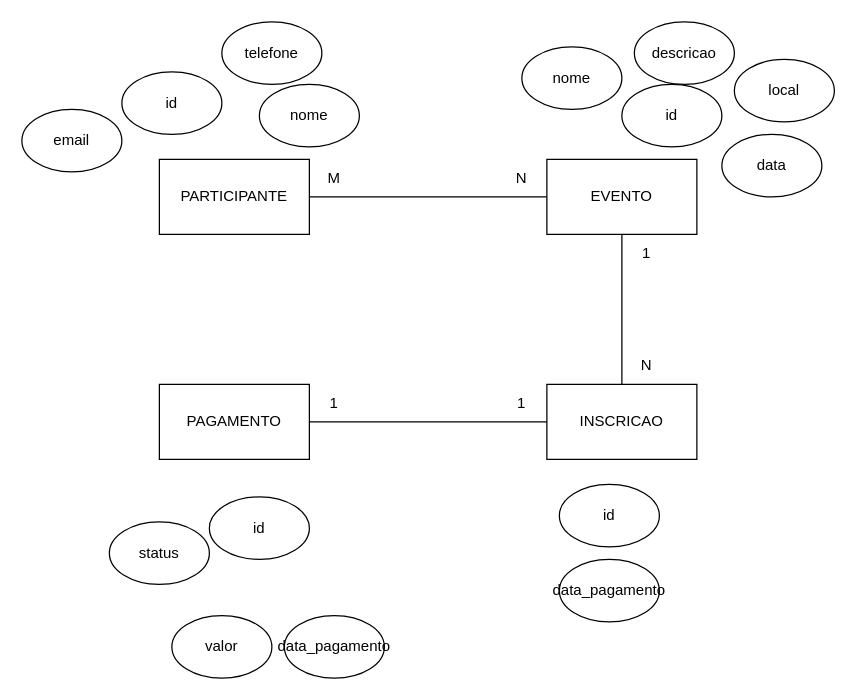
Earlier version of the draw.io diagram aps01/schema.drawio (Murilo-IsDev2/Banco-de-Dados). Source tidied: cells renumbered, new cells numbered last; positions are measured from the earlier drawing's top-left corner, leaving out a move shared by most shapes. Both pictures are drawn from the tidied source at 125%, with x=0, y=0 at pixel (21, 21).
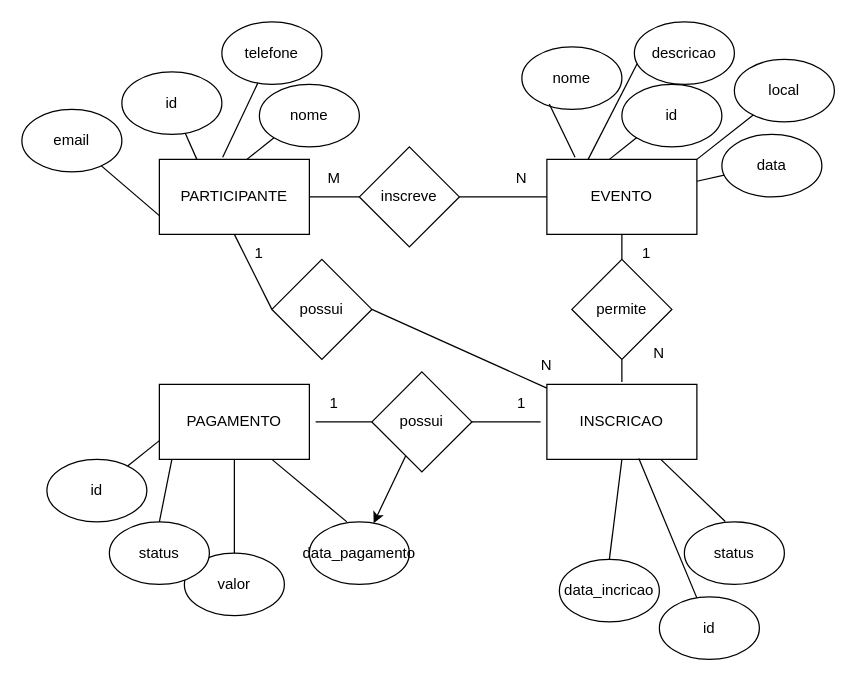
Above is the later version.

Unchanged cells that the change refers to:
```xml
<mxCell id="2" value="PARTICIPANTE" style="rounded=0;whiteSpace=wrap;html=1;" parent="1" vertex="1">
  <mxGeometry x="110" y="110" width="120" height="60" as="geometry" />
</mxCell>
<mxCell id="3" value="EVENTO" style="rounded=0;whiteSpace=wrap;html=1;" parent="1" vertex="1">
  <mxGeometry x="420" y="110" width="120" height="60" as="geometry" />
</mxCell>
<mxCell id="4" value="PAGAMENTO" style="rounded=0;whiteSpace=wrap;html=1;" parent="1" vertex="1">
  <mxGeometry x="110" y="290" width="120" height="60" as="geometry" />
</mxCell>
<mxCell id="5" value="INSCRICAO" style="rounded=0;whiteSpace=wrap;html=1;" parent="1" vertex="1">
  <mxGeometry x="420" y="290" width="120" height="60" as="geometry" />
</mxCell>
<mxCell id="7" value="1" style="text;html=1;align=center;verticalAlign=middle;whiteSpace=wrap;rounded=0;" parent="1" vertex="1">
  <mxGeometry x="220" y="290" width="60" height="30" as="geometry" />
</mxCell>
<mxCell id="8" value="1" style="text;html=1;align=center;verticalAlign=middle;whiteSpace=wrap;rounded=0;" parent="1" vertex="1">
  <mxGeometry x="370" y="290" width="60" height="30" as="geometry" />
</mxCell>
<mxCell id="15" value="id" style="ellipse;whiteSpace=wrap;html=1;" parent="1" vertex="1">
  <mxGeometry x="80" y="40" width="80" height="50" as="geometry" />
</mxCell>
<mxCell id="16" value="email" style="ellipse;whiteSpace=wrap;html=1;" parent="1" vertex="1">
  <mxGeometry y="70" width="80" height="50" as="geometry" />
</mxCell>
<mxCell id="17" value="nome" style="ellipse;whiteSpace=wrap;html=1;" parent="1" vertex="1">
  <mxGeometry x="190" y="50" width="80" height="50" as="geometry" />
</mxCell>
<mxCell id="18" value="telefone" style="ellipse;whiteSpace=wrap;html=1;" parent="1" vertex="1">
  <mxGeometry x="160" width="80" height="50" as="geometry" />
</mxCell>
<mxCell id="19" value="id" style="ellipse;whiteSpace=wrap;html=1;" parent="1" vertex="1">
  <mxGeometry x="480" y="50" width="80" height="50" as="geometry" />
</mxCell>
<mxCell id="20" value="nome" style="ellipse;whiteSpace=wrap;html=1;" parent="1" vertex="1">
  <mxGeometry x="400" y="20" width="80" height="50" as="geometry" />
</mxCell>
<mxCell id="21" value="descricao" style="ellipse;whiteSpace=wrap;html=1;" parent="1" vertex="1">
  <mxGeometry x="490" width="80" height="50" as="geometry" />
</mxCell>
<mxCell id="22" value="local" style="ellipse;whiteSpace=wrap;html=1;" parent="1" vertex="1">
  <mxGeometry x="570" y="30" width="80" height="50" as="geometry" />
</mxCell>
<mxCell id="23" value="data" style="ellipse;whiteSpace=wrap;html=1;" parent="1" vertex="1">
  <mxGeometry x="560" y="90" width="80" height="50" as="geometry" />
</mxCell>
<mxCell id="27" value="status" style="ellipse;whiteSpace=wrap;html=1;" parent="1" vertex="1">
  <mxGeometry x="70" y="400" width="80" height="50" as="geometry" />
</mxCell>
```

The edit, as a diff of the source:
```diff
@@
-    <mxCell id="6" style="endArrow=none;html=1;exitX=1;exitY=0.5;exitDx=0;exitDy=0;" parent="1" edge="1" source="4" target="5">
-      <mxGeometry relative="1" as="geometry" />
-    </mxCell>
@@
-    <mxCell id="9" style="endArrow=none;html=1;exitX=0.5;exitY=0;exitDx=0;exitDy=0;entryX=0.5;entryY=1;entryDx=0;entryDy=0;" parent="1" edge="1" source="5" target="3">
-      <mxGeometry relative="1" as="geometry" />
-    </mxCell>
     <mxCell id="10" value="N" style="text;html=1;align=center;verticalAlign=middle;whiteSpace=wrap;rounded=0;" parent="1" vertex="1">
-      <mxGeometry x="470" y="260" width="60" height="30" as="geometry" />
+      <mxGeometry x="480" y="250" width="60" height="30" as="geometry" />
     </mxCell>
@@
-    <mxCell id="13" style="endArrow=none;html=1;exitX=1;exitY=0.5;exitDx=0;exitDy=0;entryX=0;entryY=0.5;entryDx=0;entryDy=0;" parent="1" edge="1" source="2" target="3">
+    <mxCell id="13" style="endArrow=none;html=1;exitX=1;exitY=0.5;exitDx=0;exitDy=0;entryX=0;entryY=0.5;entryDx=0;entryDy=0;" parent="1" edge="1" source="38" target="3">
       <mxGeometry relative="1" as="geometry" />
     </mxCell>
@@
     <mxCell id="24" value="id" style="ellipse;whiteSpace=wrap;html=1;" parent="1" vertex="1">
-      <mxGeometry x="150" y="380" width="80" height="50" as="geometry" />
+      <mxGeometry x="20" y="350" width="80" height="50" as="geometry" />
     </mxCell>
     <mxCell id="25" value="valor" style="ellipse;whiteSpace=wrap;html=1;" parent="1" vertex="1">
-      <mxGeometry x="120" y="475" width="80" height="50" as="geometry" />
+      <mxGeometry x="130" y="425" width="80" height="50" as="geometry" />
     </mxCell>
     <mxCell id="26" value="data_pagamento" style="ellipse;whiteSpace=wrap;html=1;" parent="1" vertex="1">
-      <mxGeometry x="210" y="475" width="80" height="50" as="geometry" />
+      <mxGeometry x="230" y="400" width="80" height="50" as="geometry" />
     </mxCell>
@@
     <mxCell id="28" value="id" style="ellipse;whiteSpace=wrap;html=1;" parent="1" vertex="1">
-      <mxGeometry x="430" y="370" width="80" height="50" as="geometry" />
+      <mxGeometry x="510" y="460" width="80" height="50" as="geometry" />
     </mxCell>
-    <mxCell id="29" value="data_pagamento" style="ellipse;whiteSpace=wrap;html=1;" parent="1" vertex="1">
+    <mxCell id="29" value="data_incricao" style="ellipse;whiteSpace=wrap;html=1;" parent="1" vertex="1">
       <mxGeometry x="430" y="430" width="80" height="50" as="geometry" />
     </mxCell>
+    <mxCell id="30" value="status" style="ellipse;whiteSpace=wrap;html=1;" parent="1" vertex="1">
+      <mxGeometry x="530" y="400" width="80" height="50" as="geometry" />
+    </mxCell>
+    <mxCell id="31" style="edgeStyle=none;html=1;" parent="1" edge="1" source="32" target="26">
+      <mxGeometry relative="1" as="geometry" />
+    </mxCell>
+    <mxCell id="32" value="possui" style="rhombus;whiteSpace=wrap;html=1;" parent="1" vertex="1">
+      <mxGeometry x="280" y="280" width="80" height="80" as="geometry" />
+    </mxCell>
+    <mxCell id="33" style="endArrow=none;html=1;exitX=0.25;exitY=1;exitDx=0;exitDy=0;entryX=0;entryY=0.5;entryDx=0;entryDy=0;" parent="1" edge="1" source="7" target="32">
+      <mxGeometry relative="1" as="geometry" />
+    </mxCell>
+    <mxCell id="34" style="endArrow=none;html=1;exitX=1;exitY=0.5;exitDx=0;exitDy=0;entryX=0.75;entryY=1;entryDx=0;entryDy=0;" parent="1" edge="1" source="32" target="8">
+      <mxGeometry relative="1" as="geometry" />
+    </mxCell>
+    <mxCell id="35" value="permite" style="rhombus;whiteSpace=wrap;html=1;" parent="1" vertex="1">
+      <mxGeometry x="440" y="190" width="80" height="80" as="geometry" />
+    </mxCell>
+    <mxCell id="36" style="endArrow=none;html=1;exitX=0.5;exitY=1;exitDx=0;exitDy=0;" parent="1" edge="1" source="35">
+      <mxGeometry relative="1" as="geometry">
+        <mxPoint x="480" y="288" as="targetPoint" />
+      </mxGeometry>
+    </mxCell>
+    <mxCell id="37" style="endArrow=none;html=1;exitX=0.5;exitY=0;exitDx=0;exitDy=0;entryX=0.5;entryY=1;entryDx=0;entryDy=0;" parent="1" edge="1" source="35" target="3">
+      <mxGeometry relative="1" as="geometry" />
+    </mxCell>
+    <mxCell id="38" value="inscreve" style="rhombus;whiteSpace=wrap;html=1;" parent="1" vertex="1">
+      <mxGeometry x="270" y="100" width="80" height="80" as="geometry" />
+    </mxCell>
+    <mxCell id="39" style="endArrow=none;html=1;exitX=1;exitY=0.5;exitDx=0;exitDy=0;entryX=0;entryY=0.5;entryDx=0;entryDy=0;" parent="1" edge="1" source="2" target="38">
+      <mxGeometry relative="1" as="geometry" />
+    </mxCell>
+    <mxCell id="40" value="possui" style="rhombus;whiteSpace=wrap;html=1;" parent="1" vertex="1">
+      <mxGeometry x="200" y="190" width="80" height="80" as="geometry" />
+    </mxCell>
+    <mxCell id="41" style="endArrow=none;html=1;exitX=1;exitY=0.5;exitDx=0;exitDy=0;" parent="1" edge="1" source="40" target="5">
+      <mxGeometry relative="1" as="geometry" />
+    </mxCell>
+    <mxCell id="42" style="endArrow=none;html=1;exitX=0.5;exitY=1;exitDx=0;exitDy=0;entryX=0;entryY=0.5;entryDx=0;entryDy=0;" parent="1" edge="1" source="2" target="40">
+      <mxGeometry relative="1" as="geometry" />
+    </mxCell>
+    <mxCell id="43" style="endArrow=none;html=1;entryX=0;entryY=0.75;entryDx=0;entryDy=0;" parent="1" edge="1" source="16" target="2">
+      <mxGeometry relative="1" as="geometry" />
+    </mxCell>
+    <mxCell id="44" style="endArrow=none;html=1;entryX=0.25;entryY=0;entryDx=0;entryDy=0;" parent="1" edge="1" source="15" target="2">
+      <mxGeometry relative="1" as="geometry" />
+    </mxCell>
+    <mxCell id="45" style="endArrow=none;html=1;entryX=0.422;entryY=-0.028;entryDx=0;entryDy=0;entryPerimeter=0;" parent="1" edge="1" source="18" target="2">
+      <mxGeometry relative="1" as="geometry" />
+    </mxCell>
+    <mxCell id="46" style="endArrow=none;html=1;exitX=0;exitY=1;exitDx=0;exitDy=0;" parent="1" edge="1" source="17">
+      <mxGeometry relative="1" as="geometry">
+        <mxPoint x="180" y="110" as="targetPoint" />
+      </mxGeometry>
+    </mxCell>
+    <mxCell id="47" style="endArrow=none;html=1;entryX=0.188;entryY=-0.028;entryDx=0;entryDy=0;entryPerimeter=0;exitX=0.274;exitY=0.913;exitDx=0;exitDy=0;exitPerimeter=0;" parent="1" edge="1" source="20" target="3">
+      <mxGeometry relative="1" as="geometry" />
+    </mxCell>
+    <mxCell id="48" style="endArrow=none;html=1;exitX=0.026;exitY=0.673;exitDx=0;exitDy=0;exitPerimeter=0;" parent="1" edge="1" source="21">
+      <mxGeometry relative="1" as="geometry">
+        <mxPoint x="453" y="110" as="targetPoint" />
+      </mxGeometry>
+    </mxCell>
+    <mxCell id="49" style="endArrow=none;html=1;exitX=0;exitY=1;exitDx=0;exitDy=0;" parent="1" edge="1" source="19">
+      <mxGeometry relative="1" as="geometry">
+        <mxPoint x="470" y="110" as="targetPoint" />
+      </mxGeometry>
+    </mxCell>
+    <mxCell id="50" style="endArrow=none;html=1;entryX=1;entryY=0;entryDx=0;entryDy=0;" parent="1" edge="1" source="22" target="3">
+      <mxGeometry relative="1" as="geometry" />
+    </mxCell>
+    <mxCell id="51" style="endArrow=none;html=1;" parent="1" edge="1" source="23" target="3">
+      <mxGeometry relative="1" as="geometry" />
+    </mxCell>
+    <mxCell id="52" style="endArrow=none;html=1;exitX=0.409;exitY=-0.005;exitDx=0;exitDy=0;exitPerimeter=0;" parent="1" edge="1" source="30" target="5">
+      <mxGeometry relative="1" as="geometry" />
+    </mxCell>
+    <mxCell id="53" style="endArrow=none;html=1;entryX=0.613;entryY=0.987;entryDx=0;entryDy=0;entryPerimeter=0;" parent="1" edge="1" source="28" target="5">
+      <mxGeometry relative="1" as="geometry" />
+    </mxCell>
+    <mxCell id="54" style="endArrow=none;html=1;entryX=0.5;entryY=1;entryDx=0;entryDy=0;exitX=0.5;exitY=0;exitDx=0;exitDy=0;" parent="1" edge="1" source="29" target="5">
+      <mxGeometry relative="1" as="geometry" />
+    </mxCell>
+    <mxCell id="55" style="endArrow=none;html=1;entryX=0;entryY=0.75;entryDx=0;entryDy=0;" parent="1" edge="1" source="24" target="4">
+      <mxGeometry relative="1" as="geometry" />
+    </mxCell>
+    <mxCell id="56" style="endArrow=none;html=1;exitX=0.5;exitY=0;exitDx=0;exitDy=0;" parent="1" edge="1" source="27">
+      <mxGeometry relative="1" as="geometry">
+        <mxPoint x="120" y="350" as="targetPoint" />
+      </mxGeometry>
+    </mxCell>
+    <mxCell id="57" style="endArrow=none;html=1;exitX=0.5;exitY=0;exitDx=0;exitDy=0;" parent="1" edge="1" source="25" target="4">
+      <mxGeometry relative="1" as="geometry" />
+    </mxCell>
+    <mxCell id="58" style="endArrow=none;html=1;exitX=0.375;exitY=0;exitDx=0;exitDy=0;exitPerimeter=0;entryX=0.75;entryY=1;entryDx=0;entryDy=0;" parent="1" edge="1" source="26" target="4">
+      <mxGeometry relative="1" as="geometry" />
+    </mxCell>
+    <mxCell id="59" value="N" style="text;html=1;align=center;verticalAlign=middle;whiteSpace=wrap;rounded=0;" parent="1" vertex="1">
+      <mxGeometry x="390" y="260" width="60" height="30" as="geometry" />
+    </mxCell>
+    <mxCell id="60" value="1" style="text;html=1;align=center;verticalAlign=middle;whiteSpace=wrap;rounded=0;" parent="1" vertex="1">
+      <mxGeometry x="160" y="170" width="60" height="30" as="geometry" />
+    </mxCell>
```
